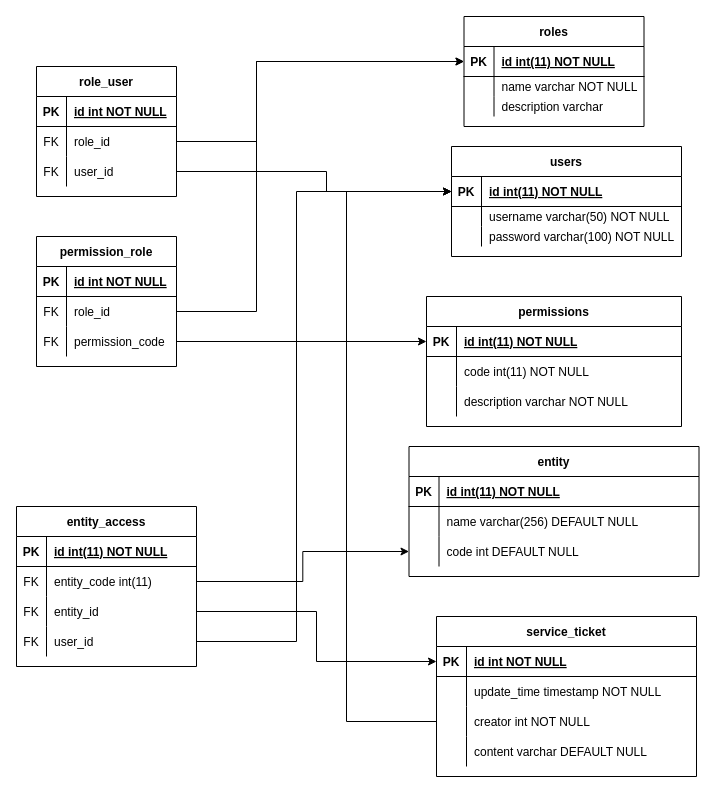
Before: doc/Entity_relation_Diagram.drawio in Voidkai/-User_Authentication_And_Authorization_Module, a draw.io diagram. Source tidied: cells renumbered, new cells numbered last; positions are measured from the earlier drawing's top-left corner, leaving out a move shared by most shapes. Both pictures are drawn from the tidied source at 100%, with x=0, y=0 at pixel (16, 16).
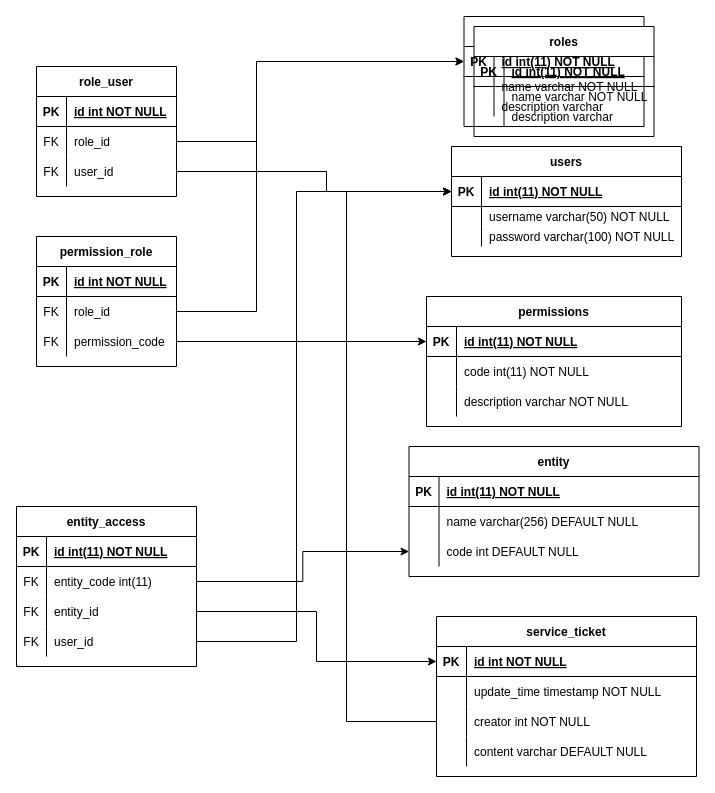
The same diagram, later.

Diff of the diagram source:
```diff
@@
+    <mxCell id="96" value="roles" style="shape=table;startSize=30;childLayout=tableLayout;rowLines=0;fontStyle=1;align=center;" parent="1" vertex="1">
+      <mxGeometry x="457.5" y="10" width="180" height="110" as="geometry" />
+    </mxCell>
+    <mxCell id="97" style="shape=partialRectangle;fillColor=none;top=0;left=0;bottom=1;right=0;" parent="96" vertex="1">
+      <mxGeometry y="30" width="180" height="30" as="geometry" />
+    </mxCell>
+    <mxCell id="98" value="PK" style="shape=partialRectangle;fillColor=none;top=0;left=0;bottom=0;right=0;fontStyle=1;overflow=hidden;" parent="97" vertex="1">
+      <mxGeometry width="30" height="30" as="geometry" />
+    </mxCell>
+    <mxCell id="99" value="id int(11) NOT NULL" style="shape=partialRectangle;fillColor=none;top=0;left=0;bottom=0;right=0;align=left;spacingLeft=6;fontStyle=5;overflow=hidden;" parent="97" vertex="1">
+      <mxGeometry x="30" width="150" height="30" as="geometry" />
+    </mxCell>
+    <mxCell id="100" style="shape=partialRectangle;fillColor=none;top=0;left=0;bottom=0;right=0;" parent="96" vertex="1">
+      <mxGeometry y="60" width="180" height="20" as="geometry" />
+    </mxCell>
+    <mxCell id="101" style="shape=partialRectangle;fillColor=none;top=0;left=0;bottom=0;right=0;overflow=hidden;" parent="100" vertex="1">
+      <mxGeometry width="30" height="20" as="geometry" />
+    </mxCell>
+    <mxCell id="102" value="name varchar NOT NULL" style="shape=partialRectangle;fillColor=none;top=0;left=0;bottom=0;right=0;align=left;spacingLeft=6;overflow=hidden;" parent="100" vertex="1">
+      <mxGeometry x="30" width="150" height="20" as="geometry" />
+    </mxCell>
+    <mxCell id="103" style="shape=partialRectangle;fillColor=none;top=0;left=0;bottom=0;right=0;" parent="96" vertex="1">
+      <mxGeometry y="80" width="180" height="20" as="geometry" />
+    </mxCell>
+    <mxCell id="104" style="shape=partialRectangle;fillColor=none;top=0;left=0;bottom=0;right=0;overflow=hidden;" parent="103" vertex="1">
+      <mxGeometry width="30" height="20" as="geometry" />
+    </mxCell>
+    <mxCell id="105" value="description varchar" style="shape=partialRectangle;fillColor=none;top=0;left=0;bottom=0;right=0;align=left;spacingLeft=6;overflow=hidden;" parent="103" vertex="1">
+      <mxGeometry x="30" width="150" height="20" as="geometry" />
+    </mxCell>
```
